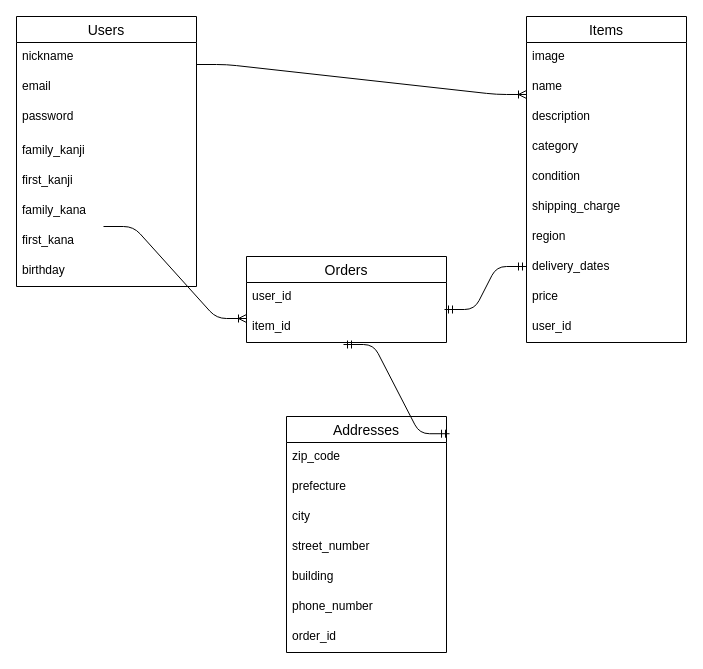
Before: database_design.dio in shun-moku/furima-33909, a draw.io diagram. Source tidied: cells renumbered, new cells numbered last; positions are measured from the earlier drawing's top-left corner, leaving out a move shared by most shapes. Both pictures are drawn from the tidied source at 100%, with x=0, y=0 at pixel (16, 16).
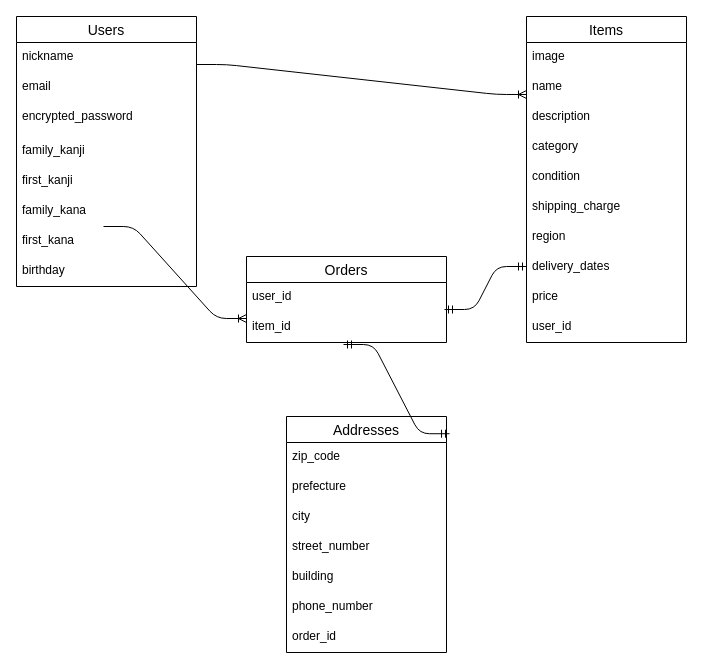
The same page after the edit.

The change refers to these unchanged cells:
```xml
<mxCell id="2" value="Users" style="swimlane;fontStyle=0;horizontal=1;startSize=26;align=center;fontSize=14;" parent="1" vertex="1">
  <mxGeometry width="180" height="270" as="geometry" />
</mxCell>
```

Diff of the diagram source:
```diff
@@
-    <mxCell id="5" value="password&#10;" style="text;strokeColor=none;fillColor=none;spacingLeft=4;spacingRight=4;overflow=hidden;fontSize=12;" parent="2" vertex="1">
+    <mxCell id="5" value="encrypted_password&#10;" style="text;strokeColor=none;fillColor=none;spacingLeft=4;spacingRight=4;overflow=hidden;fontSize=12;" parent="2" vertex="1">
       <mxGeometry y="86" width="180" height="34" as="geometry" />
     </mxCell>
```
